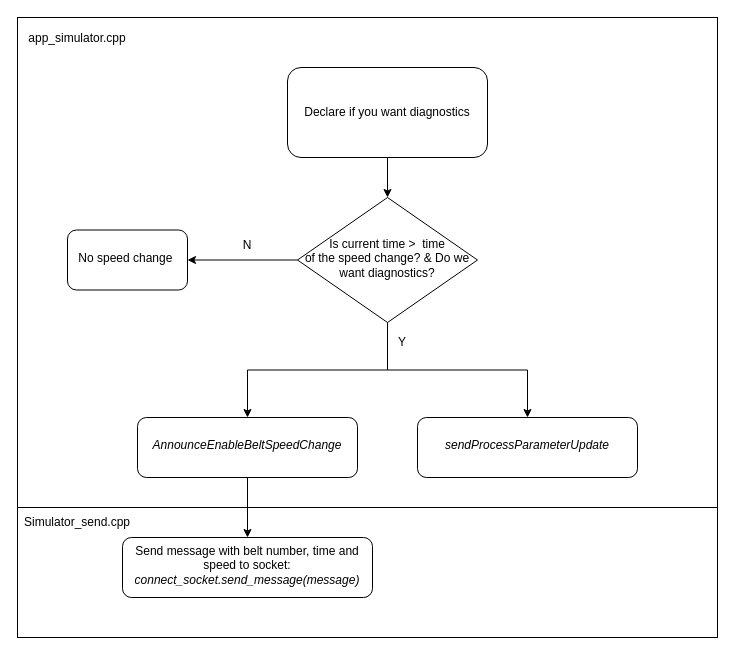
evelinedrijver/Thesis keeps this draw.io diagram as DiagnosticsSimFlow.drawio. Above is the earlier version. Source tidied: cells renumbered, new cells numbered last; positions are measured from the earlier drawing's top-left corner, leaving out a move shared by most shapes. Both pictures are drawn from the tidied source at 100%, with x=0, y=0 at pixel (17, 17).
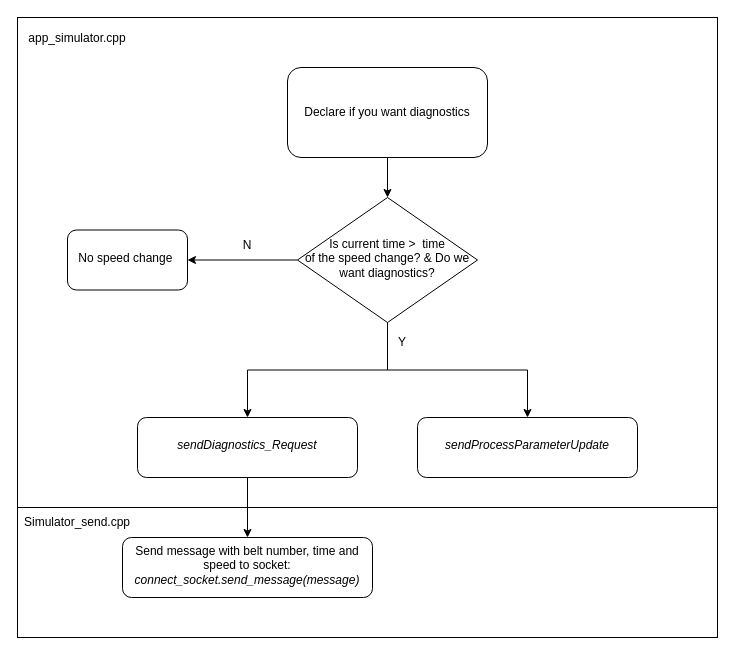
After the change.

Diff of the diagram source:
```diff
@@
 <mxGraphModel>
   <root>
     <mxCell id="0" />
     <mxCell id="1" parent="0" />
     <mxCell id="2" style="whiteSpace=wrap;html=1;fillColor=none;" parent="1" vertex="1">
       <mxGeometry width="700" height="490" as="geometry" />
     </mxCell>
     <mxCell id="3" style="edgeStyle=orthogonalEdgeStyle;rounded=0;jettySize=auto;html=1;" parent="1" edge="1" source="4" target="8">
       <mxGeometry relative="1" as="geometry" />
     </mxCell>
     <mxCell id="4" value="Declare if you want diagnostics" style="rounded=1;whiteSpace=wrap;html=1;fontSize=12;glass=0;strokeWidth=1;shadow=0;" parent="1" vertex="1">
       <mxGeometry x="270" y="50" width="200" height="90" as="geometry" />
     </mxCell>
     <mxCell id="5" style="edgeStyle=orthogonalEdgeStyle;rounded=0;jettySize=auto;html=1;" parent="1" edge="1" source="8" target="9">
       <mxGeometry relative="1" as="geometry" />
     </mxCell>
     <mxCell id="6" style="edgeStyle=orthogonalEdgeStyle;rounded=0;jettySize=auto;html=1;" parent="1" edge="1" source="8" target="11">
       <mxGeometry relative="1" as="geometry" />
     </mxCell>
     <mxCell id="7" style="edgeStyle=orthogonalEdgeStyle;rounded=0;jettySize=auto;html=1;" parent="1" edge="1" source="8" target="12">
       <mxGeometry relative="1" as="geometry" />
     </mxCell>
     <mxCell id="8" value="Is current time &amp;gt;&amp;nbsp; time &lt;br&gt;of the speed change? &amp;amp; Do we want diagnostics?" style="rhombus;whiteSpace=wrap;html=1;shadow=0;fontFamily=Helvetica;fontSize=12;align=center;strokeWidth=1;spacing=6;spacingTop=-4;" parent="1" vertex="1">
       <mxGeometry x="280" y="180" width="180" height="125" as="geometry" />
     </mxCell>
     <mxCell id="9" value="No speed change&amp;nbsp;" style="rounded=1;whiteSpace=wrap;html=1;shadow=0;strokeWidth=1;spacing=6;spacingTop=-4;" parent="1" vertex="1">
       <mxGeometry x="50" y="212.5" width="120" height="60" as="geometry" />
     </mxCell>
     <mxCell id="10" style="edgeStyle=orthogonalEdgeStyle;rounded=0;jettySize=auto;html=1;" parent="1" edge="1" source="11" target="13">
       <mxGeometry relative="1" as="geometry" />
     </mxCell>
-    <mxCell id="11" value="&lt;i&gt;AnnounceEnableBeltSpeedChange&lt;/i&gt;" style="rounded=1;whiteSpace=wrap;html=1;shadow=0;strokeWidth=1;spacing=6;spacingTop=-4;" parent="1" vertex="1">
+    <mxCell id="11" value="&lt;i&gt;sendDiagnostics_Request&lt;/i&gt;" style="rounded=1;whiteSpace=wrap;html=1;shadow=0;strokeWidth=1;spacing=6;spacingTop=-4;" parent="1" vertex="1">
       <mxGeometry x="120" y="400" width="220" height="60" as="geometry" />
     </mxCell>
     <mxCell id="12" value="&lt;i&gt;sendProcessParameterUpdate&lt;/i&gt;" style="rounded=1;whiteSpace=wrap;html=1;shadow=0;strokeWidth=1;spacing=6;spacingTop=-4;" parent="1" vertex="1">
       <mxGeometry x="400" y="400" width="220" height="60" as="geometry" />
     </mxCell>
     <mxCell id="13" value="Send message with belt number, time and speed to socket:&lt;br&gt;&lt;i&gt;connect_socket.send_message(message)&lt;/i&gt;" style="rounded=1;whiteSpace=wrap;html=1;shadow=0;strokeWidth=1;spacing=6;spacingTop=-4;" parent="1" vertex="1">
       <mxGeometry x="105" y="520" width="250" height="60" as="geometry" />
     </mxCell>
     <mxCell id="14" value="app_simulator.cpp" style="text;html=1;strokeColor=none;fillColor=none;align=center;verticalAlign=middle;whiteSpace=wrap;rounded=0;" parent="1" vertex="1">
       <mxGeometry x="30" y="6" width="60" height="30" as="geometry" />
     </mxCell>
     <mxCell id="15" style="whiteSpace=wrap;html=1;fillColor=none;" parent="1" vertex="1">
       <mxGeometry y="490" width="700" height="130" as="geometry" />
     </mxCell>
     <mxCell id="16" value="Simulator_send.cpp" style="text;html=1;strokeColor=none;fillColor=none;align=center;verticalAlign=middle;whiteSpace=wrap;rounded=0;" parent="1" vertex="1">
       <mxGeometry x="30" y="490" width="60" height="30" as="geometry" />
     </mxCell>
     <mxCell id="17" value="Y" style="text;html=1;strokeColor=none;fillColor=none;align=center;verticalAlign=middle;whiteSpace=wrap;rounded=0;" parent="1" vertex="1">
       <mxGeometry x="355" y="310" width="60" height="30" as="geometry" />
     </mxCell>
     <mxCell id="18" value="N" style="text;html=1;strokeColor=none;fillColor=none;align=center;verticalAlign=middle;whiteSpace=wrap;rounded=0;" parent="1" vertex="1">
       <mxGeometry x="200" y="212.5" width="60" height="30" as="geometry" />
     </mxCell>
   </root>
 </mxGraphModel>
```
